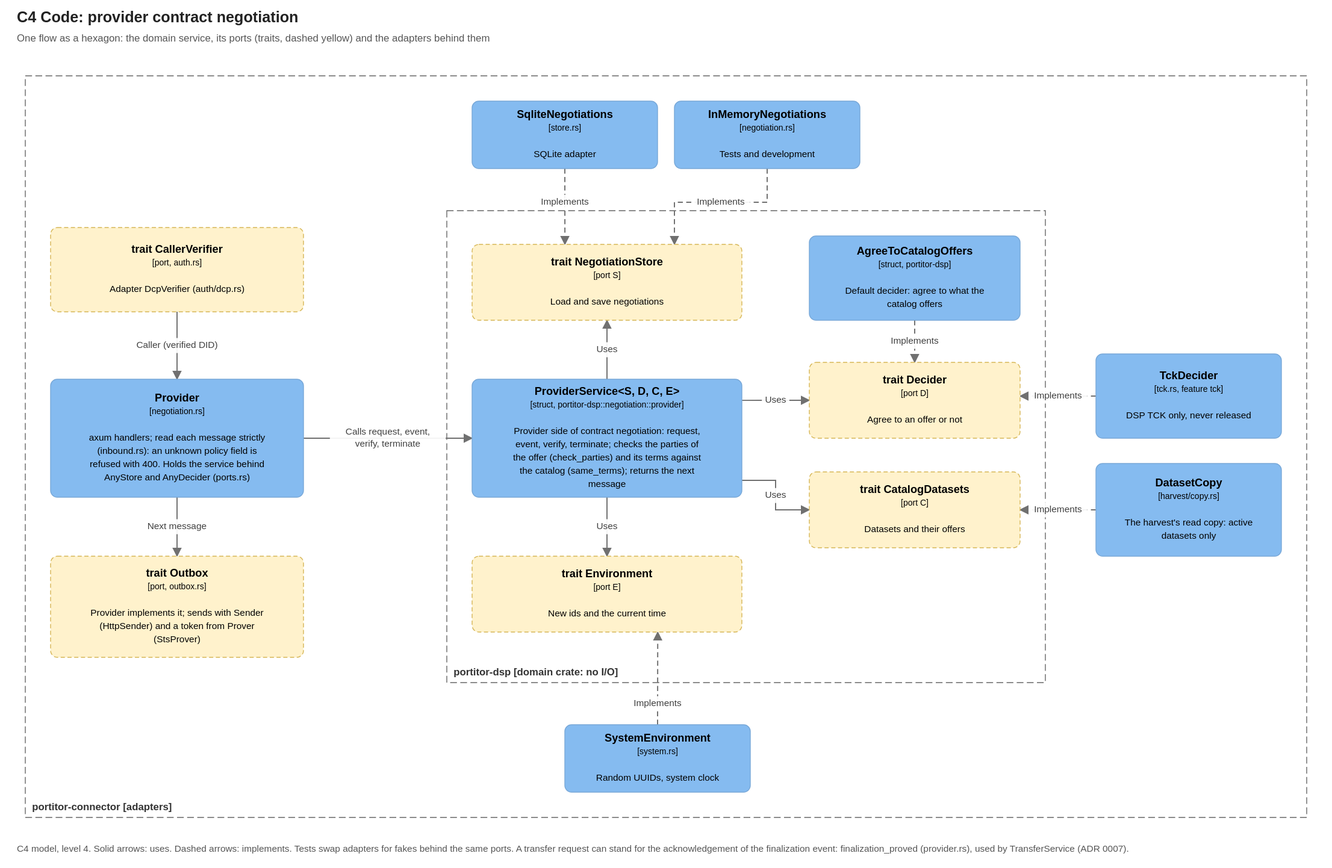
Above: docs/diagrams/c4-negotiation-code.drawio.svg in brunopacheco1/portitor (draw.io), before the change. Source tidied: cells renumbered, new cells last; positions are measured from the earlier drawing's top-left corner, leaving out a move shared by most shapes. The source it was exported from:
```xml
<mxGraphModel background="#FFFFFF">
  <root>
    <mxCell id="0" />
    <mxCell id="1" parent="0" />
    <mxCell id="2" value="portitor-dsp  [domain crate: no I/O]" style="rounded=0;whiteSpace=wrap;html=1;fillColor=none;dashed=1;dashPattern=8 4;strokeColor=#666666;fontColor=#333333;align=left;verticalAlign=bottom;spacingLeft=8;spacingBottom=4;fontSize=12;fontStyle=1;" parent="1" vertex="1">
      <mxGeometry x="510" y="160" width="710" height="560" as="geometry" />
    </mxCell>
    <mxCell id="3" value="portitor-connector  [adapters]" style="rounded=0;whiteSpace=wrap;html=1;fillColor=none;dashed=1;dashPattern=8 4;strokeColor=#666666;fontColor=#333333;align=left;verticalAlign=bottom;spacingLeft=8;spacingBottom=4;fontSize=12;fontStyle=1;" parent="1" vertex="1">
      <mxGeometry x="10" width="1520" height="880" as="geometry" />
    </mxCell>
    <mxCell id="4" value="&lt;b&gt;ProviderService&amp;lt;S, D, C, E&amp;gt;&lt;/b&gt;&lt;br&gt;&lt;font style=&quot;font-size:10px&quot;&gt;[struct, portitor-dsp::negotiation::provider]&lt;/font&gt;&lt;br&gt;&lt;br&gt;&lt;font style=&quot;font-size:11px&quot;&gt;Provider side of contract negotiation: request, event, verify, terminate; checks the parties of the offer (check_parties) and its terms against the catalog (same_terms); returns the next message&lt;/font&gt;" style="rounded=1;arcSize=8;whiteSpace=wrap;html=1;fillColor=#85BBF0;strokeColor=#78A8D8;fontColor=#000000;fontSize=13;align=center;verticalAlign=middle;c4Kind=component;c4Name=ProviderService&lt;S, D, C, E&gt;;" parent="1" vertex="1">
      <mxGeometry x="540" y="360" width="320" height="140" as="geometry" />
    </mxCell>
    <mxCell id="5" value="&lt;b&gt;trait NegotiationStore&lt;/b&gt;&lt;br&gt;&lt;font style=&quot;font-size:10px&quot;&gt;[port S]&lt;/font&gt;&lt;br&gt;&lt;br&gt;&lt;font style=&quot;font-size:11px&quot;&gt;Load and save negotiations&lt;/font&gt;" style="rounded=1;arcSize=8;dashed=1;whiteSpace=wrap;html=1;fillColor=#FFF2CC;strokeColor=#D6B656;fontColor=#000000;fontSize=13;align=center;verticalAlign=middle;c4Kind=port;c4Name=trait NegotiationStore;" parent="1" vertex="1">
      <mxGeometry x="540" y="200" width="320" height="90" as="geometry" />
    </mxCell>
    <mxCell id="6" value="&lt;b&gt;trait Environment&lt;/b&gt;&lt;br&gt;&lt;font style=&quot;font-size:10px&quot;&gt;[port E]&lt;/font&gt;&lt;br&gt;&lt;br&gt;&lt;font style=&quot;font-size:11px&quot;&gt;New ids and the current time&lt;/font&gt;" style="rounded=1;arcSize=8;dashed=1;whiteSpace=wrap;html=1;fillColor=#FFF2CC;strokeColor=#D6B656;fontColor=#000000;fontSize=13;align=center;verticalAlign=middle;c4Kind=port;c4Name=trait Environment;" parent="1" vertex="1">
      <mxGeometry x="540" y="570" width="320" height="90" as="geometry" />
    </mxCell>
    <mxCell id="7" value="&lt;b&gt;AgreeToCatalogOffers&lt;/b&gt;&lt;br&gt;&lt;font style=&quot;font-size:10px&quot;&gt;[struct, portitor-dsp]&lt;/font&gt;&lt;br&gt;&lt;br&gt;&lt;font style=&quot;font-size:11px&quot;&gt;Default decider: agree to what the catalog offers&lt;/font&gt;" style="rounded=1;arcSize=8;whiteSpace=wrap;html=1;fillColor=#85BBF0;strokeColor=#78A8D8;fontColor=#000000;fontSize=13;align=center;verticalAlign=middle;c4Kind=component;c4Name=AgreeToCatalogOffers;" parent="1" vertex="1">
      <mxGeometry x="940" y="190" width="250" height="100" as="geometry" />
    </mxCell>
    <mxCell id="8" value="&lt;b&gt;trait Decider&lt;/b&gt;&lt;br&gt;&lt;font style=&quot;font-size:10px&quot;&gt;[port D]&lt;/font&gt;&lt;br&gt;&lt;br&gt;&lt;font style=&quot;font-size:11px&quot;&gt;Agree to an offer or not&lt;/font&gt;" style="rounded=1;arcSize=8;dashed=1;whiteSpace=wrap;html=1;fillColor=#FFF2CC;strokeColor=#D6B656;fontColor=#000000;fontSize=13;align=center;verticalAlign=middle;c4Kind=port;c4Name=trait Decider;" parent="1" vertex="1">
      <mxGeometry x="940" y="340" width="250" height="90" as="geometry" />
    </mxCell>
    <mxCell id="9" value="&lt;b&gt;trait CatalogDatasets&lt;/b&gt;&lt;br&gt;&lt;font style=&quot;font-size:10px&quot;&gt;[port C]&lt;/font&gt;&lt;br&gt;&lt;br&gt;&lt;font style=&quot;font-size:11px&quot;&gt;Datasets and their offers&lt;/font&gt;" style="rounded=1;arcSize=8;dashed=1;whiteSpace=wrap;html=1;fillColor=#FFF2CC;strokeColor=#D6B656;fontColor=#000000;fontSize=13;align=center;verticalAlign=middle;c4Kind=port;c4Name=trait CatalogDatasets;" parent="1" vertex="1">
      <mxGeometry x="940" y="470" width="250" height="90" as="geometry" />
    </mxCell>
    <mxCell id="10" value="&lt;b&gt;SqliteNegotiations&lt;/b&gt;&lt;br&gt;&lt;font style=&quot;font-size:10px&quot;&gt;[store.rs]&lt;/font&gt;&lt;br&gt;&lt;br&gt;&lt;font style=&quot;font-size:11px&quot;&gt;SQLite adapter&lt;/font&gt;" style="rounded=1;arcSize=8;whiteSpace=wrap;html=1;fillColor=#85BBF0;strokeColor=#78A8D8;fontColor=#000000;fontSize=13;align=center;verticalAlign=middle;c4Kind=component;c4Name=SqliteNegotiations;" parent="1" vertex="1">
      <mxGeometry x="540" y="30" width="220" height="80" as="geometry" />
    </mxCell>
    <mxCell id="11" value="&lt;b&gt;InMemoryNegotiations&lt;/b&gt;&lt;br&gt;&lt;font style=&quot;font-size:10px&quot;&gt;[negotiation.rs]&lt;/font&gt;&lt;br&gt;&lt;br&gt;&lt;font style=&quot;font-size:11px&quot;&gt;Tests and development&lt;/font&gt;" style="rounded=1;arcSize=8;whiteSpace=wrap;html=1;fillColor=#85BBF0;strokeColor=#78A8D8;fontColor=#000000;fontSize=13;align=center;verticalAlign=middle;c4Kind=component;c4Name=InMemoryNegotiations;" parent="1" vertex="1">
      <mxGeometry x="780" y="30" width="220" height="80" as="geometry" />
    </mxCell>
    <mxCell id="12" value="&lt;b&gt;SystemEnvironment&lt;/b&gt;&lt;br&gt;&lt;font style=&quot;font-size:10px&quot;&gt;[system.rs]&lt;/font&gt;&lt;br&gt;&lt;br&gt;&lt;font style=&quot;font-size:11px&quot;&gt;Random UUIDs, system clock&lt;/font&gt;" style="rounded=1;arcSize=8;whiteSpace=wrap;html=1;fillColor=#85BBF0;strokeColor=#78A8D8;fontColor=#000000;fontSize=13;align=center;verticalAlign=middle;c4Kind=component;c4Name=SystemEnvironment;" parent="1" vertex="1">
      <mxGeometry x="650" y="770" width="220" height="80" as="geometry" />
    </mxCell>
    <mxCell id="13" value="&lt;b&gt;TckDecider&lt;/b&gt;&lt;br&gt;&lt;font style=&quot;font-size:10px&quot;&gt;[tck.rs, feature tck]&lt;/font&gt;&lt;br&gt;&lt;br&gt;&lt;font style=&quot;font-size:11px&quot;&gt;DSP TCK only, never released&lt;/font&gt;" style="rounded=1;arcSize=8;whiteSpace=wrap;html=1;fillColor=#85BBF0;strokeColor=#78A8D8;fontColor=#000000;fontSize=13;align=center;verticalAlign=middle;c4Kind=component;c4Name=TckDecider;" parent="1" vertex="1">
      <mxGeometry x="1280" y="330" width="220" height="100" as="geometry" />
    </mxCell>
    <mxCell id="14" value="&lt;b&gt;DatasetCopy&lt;/b&gt;&lt;br&gt;&lt;font style=&quot;font-size:10px&quot;&gt;[harvest/copy.rs]&lt;/font&gt;&lt;br&gt;&lt;br&gt;&lt;font style=&quot;font-size:11px&quot;&gt;The harvest&amp;#x27;s read copy: active datasets only&lt;/font&gt;" style="rounded=1;arcSize=8;whiteSpace=wrap;html=1;fillColor=#85BBF0;strokeColor=#78A8D8;fontColor=#000000;fontSize=13;align=center;verticalAlign=middle;c4Kind=component;c4Name=DatasetCopy;" parent="1" vertex="1">
      <mxGeometry x="1280" y="460" width="220" height="110" as="geometry" />
    </mxCell>
    <mxCell id="15" value="&lt;b&gt;Provider&lt;/b&gt;&lt;br&gt;&lt;font style=&quot;font-size:10px&quot;&gt;[negotiation.rs]&lt;/font&gt;&lt;br&gt;&lt;br&gt;&lt;font style=&quot;font-size:11px&quot;&gt;axum handlers; read each message strictly (inbound.rs): an unknown policy field is refused with 400. Holds the service behind AnyStore and AnyDecider (ports.rs)&lt;/font&gt;" style="rounded=1;arcSize=8;whiteSpace=wrap;html=1;fillColor=#85BBF0;strokeColor=#78A8D8;fontColor=#000000;fontSize=13;align=center;verticalAlign=middle;c4Kind=component;c4Name=Provider;" parent="1" vertex="1">
      <mxGeometry x="40" y="360" width="300" height="140" as="geometry" />
    </mxCell>
    <mxCell id="16" value="&lt;b&gt;trait CallerVerifier&lt;/b&gt;&lt;br&gt;&lt;font style=&quot;font-size:10px&quot;&gt;[port, auth.rs]&lt;/font&gt;&lt;br&gt;&lt;br&gt;&lt;font style=&quot;font-size:11px&quot;&gt;Adapter DcpVerifier (auth/dcp.rs)&lt;/font&gt;" style="rounded=1;arcSize=8;dashed=1;whiteSpace=wrap;html=1;fillColor=#FFF2CC;strokeColor=#D6B656;fontColor=#000000;fontSize=13;align=center;verticalAlign=middle;c4Kind=port;c4Name=trait CallerVerifier;" parent="1" vertex="1">
      <mxGeometry x="40" y="180" width="300" height="100" as="geometry" />
    </mxCell>
    <mxCell id="17" value="&lt;b&gt;trait Outbox&lt;/b&gt;&lt;br&gt;&lt;font style=&quot;font-size:10px&quot;&gt;[port, outbox.rs]&lt;/font&gt;&lt;br&gt;&lt;br&gt;&lt;font style=&quot;font-size:11px&quot;&gt;Provider implements it; sends with Sender (HttpSender) and a token from Prover (StsProver)&lt;/font&gt;" style="rounded=1;arcSize=8;dashed=1;whiteSpace=wrap;html=1;fillColor=#FFF2CC;strokeColor=#D6B656;fontColor=#000000;fontSize=13;align=center;verticalAlign=middle;c4Kind=port;c4Name=trait Outbox;" parent="1" vertex="1">
      <mxGeometry x="40" y="570" width="300" height="120" as="geometry" />
    </mxCell>
    <mxCell id="18" value="Calls request, event, verify, terminate" style="endArrow=blockThin;endFill=1;html=1;rounded=0;strokeColor=#707070;fontSize=11;fontColor=#404040;labelBackgroundColor=#FFFFFF;exitX=1.000;exitY=0.500;exitPerimeter=0;entryX=0.000;entryY=0.500;entryPerimeter=0;" parent="1" edge="1" source="15" target="4">
      <mxGeometry relative="1" as="geometry" />
    </mxCell>
    <mxCell id="19" value="Caller (verified DID)" style="endArrow=blockThin;endFill=1;html=1;rounded=0;strokeColor=#707070;fontSize=11;fontColor=#404040;labelBackgroundColor=#FFFFFF;exitX=0.500;exitY=1.000;exitPerimeter=0;entryX=0.500;entryY=0.000;entryPerimeter=0;" parent="1" edge="1" source="16" target="15">
      <mxGeometry relative="1" as="geometry" />
    </mxCell>
    <mxCell id="20" value="Next message" style="endArrow=blockThin;endFill=1;html=1;rounded=0;strokeColor=#707070;fontSize=11;fontColor=#404040;labelBackgroundColor=#FFFFFF;exitX=0.500;exitY=1.000;exitPerimeter=0;entryX=0.500;entryY=0.000;entryPerimeter=0;" parent="1" edge="1" source="15" target="17">
      <mxGeometry relative="1" as="geometry" />
    </mxCell>
    <mxCell id="21" value="Uses" style="endArrow=blockThin;endFill=1;html=1;rounded=0;strokeColor=#707070;fontSize=11;fontColor=#404040;labelBackgroundColor=#FFFFFF;exitX=0.500;exitY=0.000;exitPerimeter=0;entryX=0.500;entryY=1.000;entryPerimeter=0;" parent="1" edge="1" source="4" target="5">
      <mxGeometry relative="1" as="geometry" />
    </mxCell>
    <mxCell id="22" value="Uses" style="endArrow=blockThin;endFill=1;html=1;rounded=0;strokeColor=#707070;fontSize=11;fontColor=#404040;labelBackgroundColor=#FFFFFF;exitX=0.500;exitY=1.000;exitPerimeter=0;entryX=0.500;entryY=0.000;entryPerimeter=0;" parent="1" edge="1" source="4" target="6">
      <mxGeometry relative="1" as="geometry" />
    </mxCell>
    <mxCell id="23" value="Uses" style="endArrow=blockThin;endFill=1;html=1;rounded=0;strokeColor=#707070;fontSize=11;fontColor=#404040;labelBackgroundColor=#FFFFFF;exitX=1.000;exitY=0.179;exitPerimeter=0;entryX=0.000;entryY=0.500;entryPerimeter=0;" parent="1" edge="1" source="4" target="8">
      <mxGeometry relative="1" as="geometry" />
    </mxCell>
    <mxCell id="24" value="Uses" style="endArrow=blockThin;endFill=1;html=1;rounded=0;strokeColor=#707070;fontSize=11;fontColor=#404040;labelBackgroundColor=#FFFFFF;exitX=1.000;exitY=0.857;exitPerimeter=0;entryX=0.000;entryY=0.500;entryPerimeter=0;" parent="1" edge="1" source="4" target="9">
      <mxGeometry relative="1" as="geometry">
        <Array as="points">
          <mxPoint x="900" y="480" />
          <mxPoint x="900" y="515" />
        </Array>
      </mxGeometry>
    </mxCell>
    <mxCell id="25" value="Implements" style="endArrow=blockThin;endFill=1;html=1;rounded=0;strokeColor=#707070;fontSize=11;fontColor=#404040;labelBackgroundColor=#FFFFFF;dashed=1;exitX=0.500;exitY=1.000;exitPerimeter=0;entryX=0.500;entryY=0.000;entryPerimeter=0;" parent="1" edge="1" source="7" target="8">
      <mxGeometry relative="1" as="geometry" />
    </mxCell>
    <mxCell id="26" value="Implements" style="endArrow=blockThin;endFill=1;html=1;rounded=0;strokeColor=#707070;fontSize=11;fontColor=#404040;labelBackgroundColor=#FFFFFF;dashed=1;exitX=0.000;exitY=0.500;exitPerimeter=0;entryX=1.000;entryY=0.444;entryPerimeter=0;" parent="1" edge="1" source="13" target="8">
      <mxGeometry relative="1" as="geometry" />
    </mxCell>
    <mxCell id="27" value="Implements" style="endArrow=blockThin;endFill=1;html=1;rounded=0;strokeColor=#707070;fontSize=11;fontColor=#404040;labelBackgroundColor=#FFFFFF;dashed=1;exitX=0.000;exitY=0.500;exitPerimeter=0;entryX=1.000;entryY=0.500;entryPerimeter=0;" parent="1" edge="1" source="14" target="9">
      <mxGeometry relative="1" as="geometry" />
    </mxCell>
    <mxCell id="28" value="Implements" style="endArrow=blockThin;endFill=1;html=1;rounded=0;strokeColor=#707070;fontSize=11;fontColor=#404040;labelBackgroundColor=#FFFFFF;dashed=1;exitX=0.500;exitY=1.000;exitPerimeter=0;entryX=0.344;entryY=0.000;entryPerimeter=0;" parent="1" edge="1" source="10" target="5">
      <mxGeometry relative="1" as="geometry" />
    </mxCell>
    <mxCell id="29" value="Implements" style="endArrow=blockThin;endFill=1;html=1;rounded=0;strokeColor=#707070;fontSize=11;fontColor=#404040;labelBackgroundColor=#FFFFFF;dashed=1;exitX=0.500;exitY=1.000;exitPerimeter=0;entryX=0.750;entryY=0.000;entryPerimeter=0;" parent="1" edge="1" source="11" target="5">
      <mxGeometry relative="1" as="geometry">
        <Array as="points">
          <mxPoint x="890" y="150" />
          <mxPoint x="780" y="150" />
        </Array>
      </mxGeometry>
    </mxCell>
    <mxCell id="30" value="Implements" style="endArrow=blockThin;endFill=1;html=1;rounded=0;strokeColor=#707070;fontSize=11;fontColor=#404040;labelBackgroundColor=#FFFFFF;dashed=1;exitX=0.500;exitY=0.000;exitPerimeter=0;entryX=0.688;entryY=1.000;entryPerimeter=0;" parent="1" edge="1" source="12" target="6">
      <mxGeometry relative="1" as="geometry" />
    </mxCell>
    <mxCell id="31" value="C4 model, level 4. Solid arrows: uses. Dashed arrows: implements. Tests swap adapters for fakes behind the same ports. A transfer request can stand for the acknowledgement of the finalization event: finalization_proved (provider.rs), used by TransferService (ADR 0007)." style="text;html=1;align=left;verticalAlign=top;fontSize=11;fontColor=#555555;whiteSpace=wrap;" parent="1" vertex="1">
      <mxGeometry y="900" width="1540" height="40" as="geometry" />
    </mxCell>
  </root>
</mxGraphModel>
```
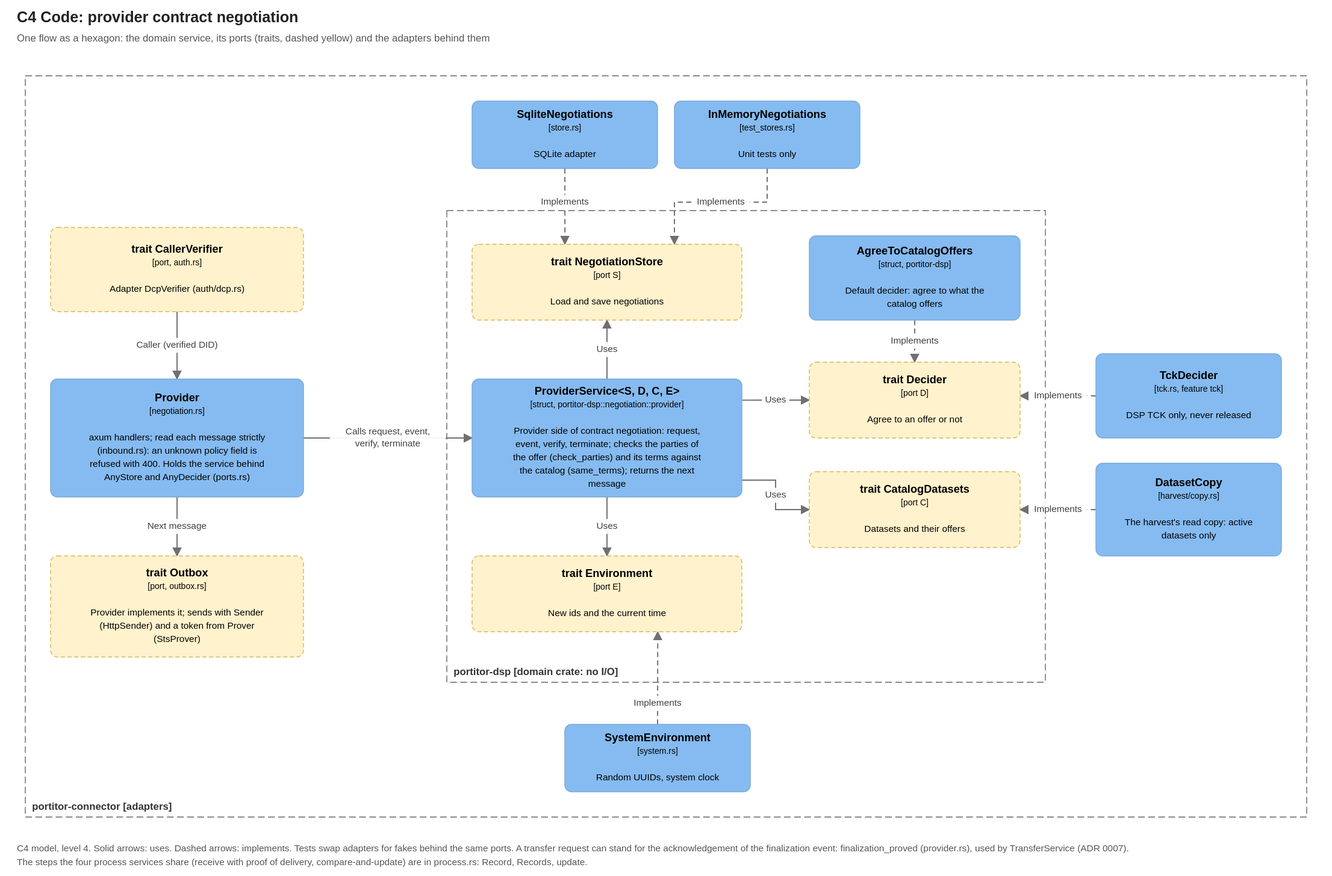
After the change.

What changed in the source:
```diff
@@ -29,7 +29,7 @@
     <mxCell id="10" value="&lt;b&gt;SqliteNegotiations&lt;/b&gt;&lt;br&gt;&lt;font style=&quot;font-size:10px&quot;&gt;[store.rs]&lt;/font&gt;&lt;br&gt;&lt;br&gt;&lt;font style=&quot;font-size:11px&quot;&gt;SQLite adapter&lt;/font&gt;" style="rounded=1;arcSize=8;whiteSpace=wrap;html=1;fillColor=#85BBF0;strokeColor=#78A8D8;fontColor=#000000;fontSize=13;align=center;verticalAlign=middle;c4Kind=component;c4Name=SqliteNegotiations;" parent="1" vertex="1">
       <mxGeometry x="540" y="30" width="220" height="80" as="geometry" />
     </mxCell>
-    <mxCell id="11" value="&lt;b&gt;InMemoryNegotiations&lt;/b&gt;&lt;br&gt;&lt;font style=&quot;font-size:10px&quot;&gt;[negotiation.rs]&lt;/font&gt;&lt;br&gt;&lt;br&gt;&lt;font style=&quot;font-size:11px&quot;&gt;Tests and development&lt;/font&gt;" style="rounded=1;arcSize=8;whiteSpace=wrap;html=1;fillColor=#85BBF0;strokeColor=#78A8D8;fontColor=#000000;fontSize=13;align=center;verticalAlign=middle;c4Kind=component;c4Name=InMemoryNegotiations;" parent="1" vertex="1">
+    <mxCell id="11" value="&lt;b&gt;InMemoryNegotiations&lt;/b&gt;&lt;br&gt;&lt;font style=&quot;font-size:10px&quot;&gt;[test_stores.rs]&lt;/font&gt;&lt;br&gt;&lt;br&gt;&lt;font style=&quot;font-size:11px&quot;&gt;Unit tests only&lt;/font&gt;" style="rounded=1;arcSize=8;whiteSpace=wrap;html=1;fillColor=#85BBF0;strokeColor=#78A8D8;fontColor=#000000;fontSize=13;align=center;verticalAlign=middle;c4Kind=component;c4Name=InMemoryNegotiations;" parent="1" vertex="1">
       <mxGeometry x="780" y="30" width="220" height="80" as="geometry" />
     </mxCell>
     <mxCell id="12" value="&lt;b&gt;SystemEnvironment&lt;/b&gt;&lt;br&gt;&lt;font style=&quot;font-size:10px&quot;&gt;[system.rs]&lt;/font&gt;&lt;br&gt;&lt;br&gt;&lt;font style=&quot;font-size:11px&quot;&gt;Random UUIDs, system clock&lt;/font&gt;" style="rounded=1;arcSize=8;whiteSpace=wrap;html=1;fillColor=#85BBF0;strokeColor=#78A8D8;fontColor=#000000;fontSize=13;align=center;verticalAlign=middle;c4Kind=component;c4Name=SystemEnvironment;" parent="1" vertex="1">
@@ -99,7 +99,7 @@
     <mxCell id="30" value="Implements" style="endArrow=blockThin;endFill=1;html=1;rounded=0;strokeColor=#707070;fontSize=11;fontColor=#404040;labelBackgroundColor=#FFFFFF;dashed=1;exitX=0.500;exitY=0.000;exitPerimeter=0;entryX=0.688;entryY=1.000;entryPerimeter=0;" parent="1" edge="1" source="12" target="6">
       <mxGeometry relative="1" as="geometry" />
     </mxCell>
-    <mxCell id="31" value="C4 model, level 4. Solid arrows: uses. Dashed arrows: implements. Tests swap adapters for fakes behind the same ports. A transfer request can stand for the acknowledgement of the finalization event: finalization_proved (provider.rs), used by TransferService (ADR 0007)." style="text;html=1;align=left;verticalAlign=top;fontSize=11;fontColor=#555555;whiteSpace=wrap;" parent="1" vertex="1">
+    <mxCell id="31" value="C4 model, level 4. Solid arrows: uses. Dashed arrows: implements. Tests swap adapters for fakes behind the same ports. A transfer request can stand for the acknowledgement of the finalization event: finalization_proved (provider.rs), used by TransferService (ADR 0007). The steps the four process services share (receive with proof of delivery, compare-and-update) are in process.rs: Record, Records, update." style="text;html=1;align=left;verticalAlign=top;fontSize=11;fontColor=#555555;whiteSpace=wrap;" parent="1" vertex="1">
       <mxGeometry y="900" width="1540" height="40" as="geometry" />
     </mxCell>
   </root>
```
